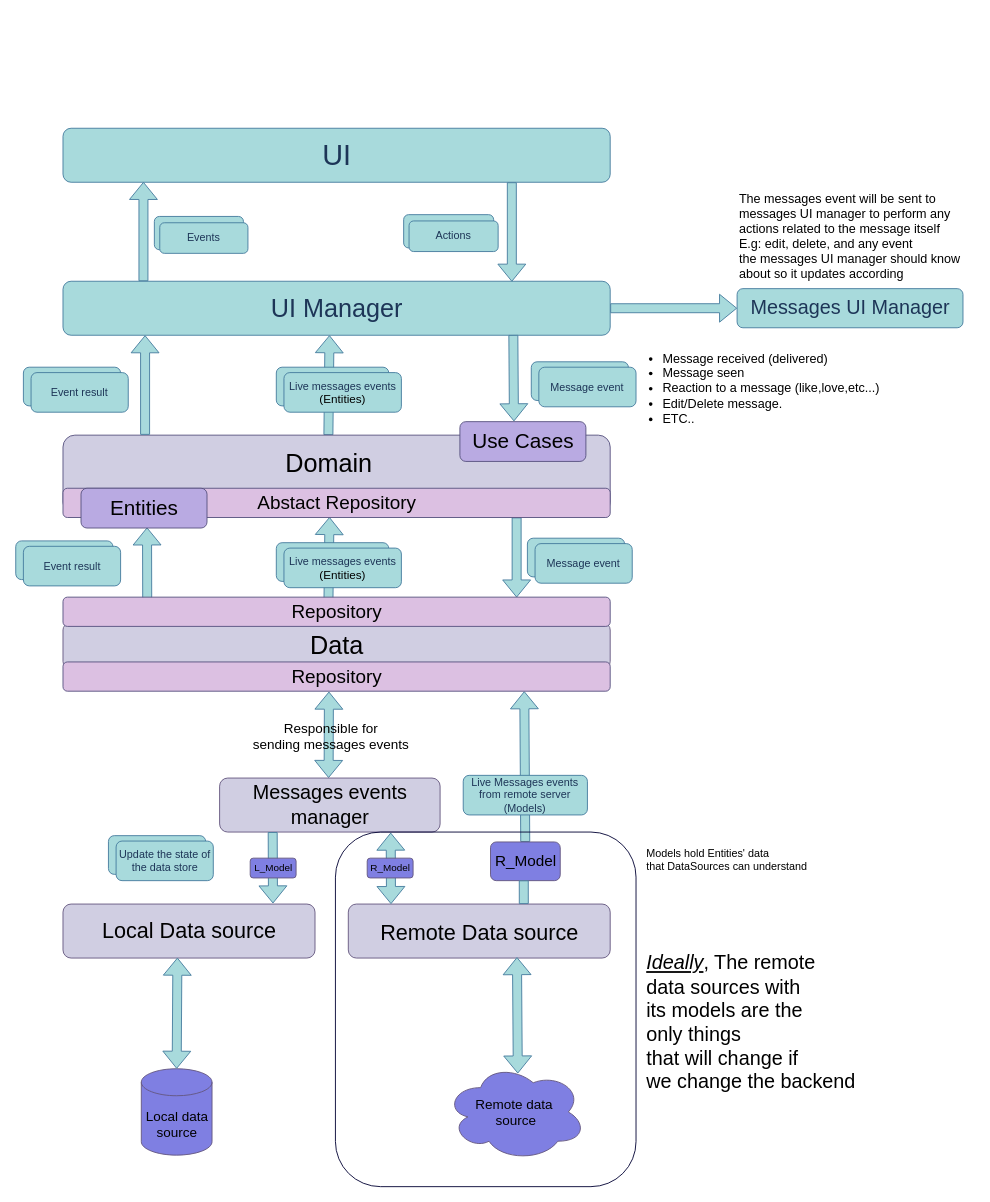
Before: page "message_events" (2 of 5) of open-chat-architecture-for-mobile-applications.drawio in mobile-open-chat/open-chat-architecture, a draw.io diagram. Source tidied: cells renumbered, new cells numbered last; positions are measured from the earlier drawing's top-left corner, leaving out a move shared by most shapes. Both pictures are drawn from the tidied source at 90%, with x=0, y=0 at pixel (15, 128).
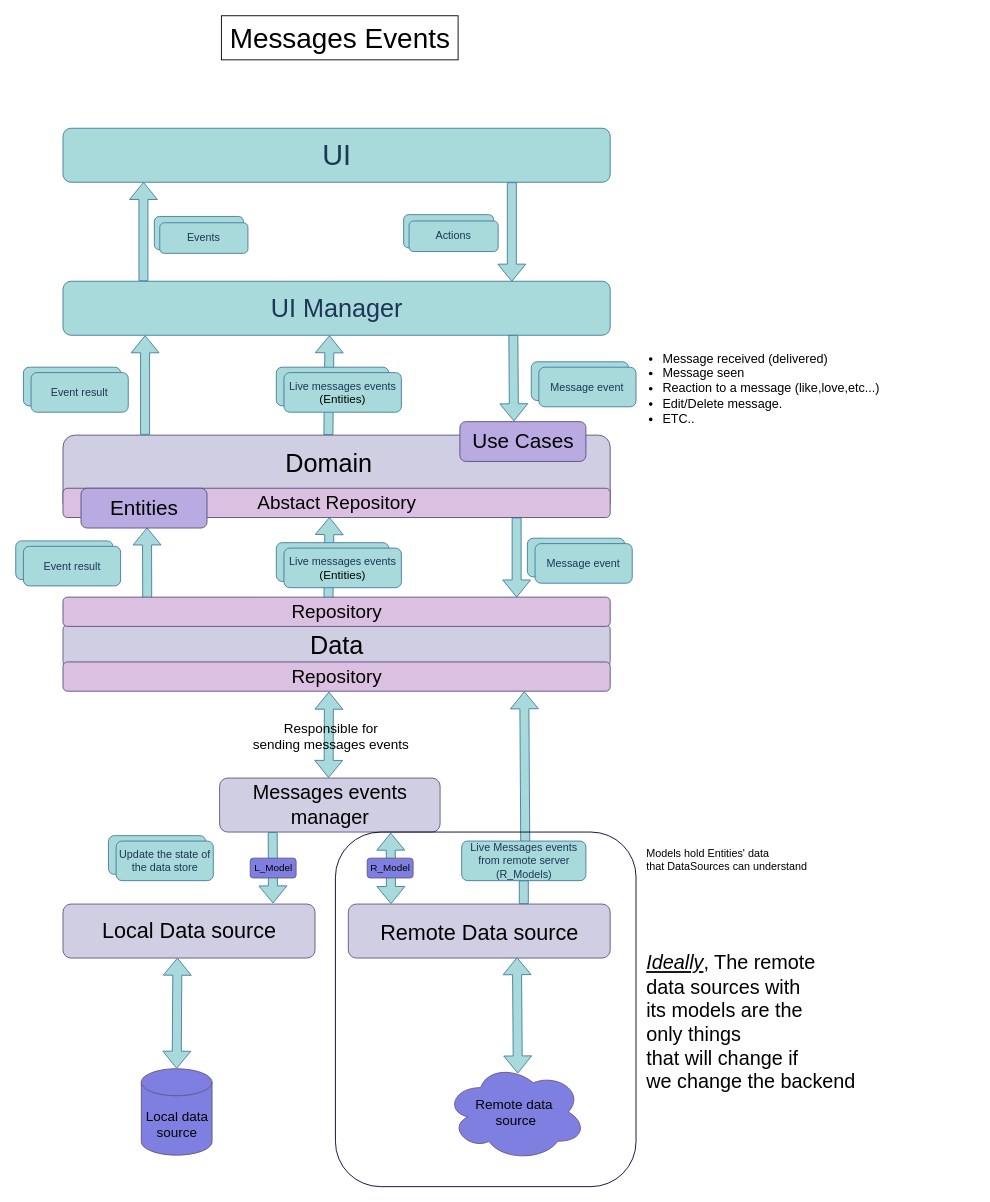
The same page after the edit.

The change refers to these unchanged cells:
```xml
<mxCell id="4" value="&lt;font style=&quot;font-size: 28px;&quot;&gt;UI Manager&lt;br&gt;&lt;/font&gt;" style="rounded=1;whiteSpace=wrap;html=1;fillColor=#A8DADC;strokeColor=#457B9D;fontColor=#1D3557;" parent="1" vertex="1">
  <mxGeometry x="52.5" y="170" width="608" height="60" as="geometry" />
</mxCell>
<mxCell id="54" value="&lt;font style=&quot;font-size: 21px;&quot; color=&quot;#000000&quot;&gt;Repository&lt;/font&gt;" style="rounded=1;whiteSpace=wrap;html=1;fillColor=#DCC0E2;strokeColor=#56517e;" parent="1" vertex="1">
  <mxGeometry x="52.5" y="593" width="608" height="32.5" as="geometry" />
</mxCell>
```

The edit, as a diff of the source:
```diff
@@
-    <mxCell id="25" style="shape=flexArrow;endArrow=classic;html=1;rounded=0;fontSize=32;fontColor=#1D3557;strokeColor=#457B9D;fillColor=#A8DADC;entryX=0.843;entryY=1.002;entryDx=0;entryDy=0;entryPerimeter=0;startArrow=none;" parent="1" edge="1" source="46" target="54">
-      <mxGeometry relative="1" as="geometry" />
+    <mxCell id="25" style="shape=flexArrow;endArrow=classic;html=1;rounded=0;fontSize=32;fontColor=#1D3557;strokeColor=#457B9D;fillColor=#A8DADC;entryX=0.843;entryY=1.002;entryDx=0;entryDy=0;entryPerimeter=0;startArrow=none;" parent="1" edge="1" target="54">
+      <mxGeometry relative="1" as="geometry">
+        <mxPoint x="566.1" y="793" as="sourcePoint" />
+      </mxGeometry>
     </mxCell>
-    <mxCell id="26" value="Live Messages events&lt;br&gt;from remote server&lt;br&gt;(Models)" style="rounded=1;whiteSpace=wrap;html=1;fontColor=#1D3557;strokeColor=#457B9D;fillColor=#A8DADC;" parent="1" vertex="1">
-      <mxGeometry x="497.2" y="719" width="138" height="44" as="geometry" />
+    <mxCell id="26" value="Live Messages events&lt;br&gt;from remote server&lt;br&gt;(R_Models)" style="rounded=1;whiteSpace=wrap;html=1;fontColor=#1D3557;strokeColor=#457B9D;fillColor=#A8DADC;" parent="1" vertex="1">
+      <mxGeometry x="495.5" y="792" width="138" height="44" as="geometry" />
     </mxCell>
@@
-    <mxCell id="43" style="rounded=1;whiteSpace=wrap;html=1;labelBackgroundColor=none;fontSize=12;fontColor=#000000;fillColor=none;strokeColor=#000033;" parent="1" vertex="1">
-      <mxGeometry x="355.2" y="782" width="334" height="394" as="geometry" />
-    </mxCell>
@@
-    <mxCell id="46" value="&lt;font style=&quot;font-size: 17px;&quot; color=&quot;#000000&quot;&gt;R_Model&lt;/font&gt;" style="rounded=1;whiteSpace=wrap;html=1;fillColor=#7F7FE2;strokeColor=#64567E;" parent="1" vertex="1">
-      <mxGeometry x="527.5" y="793" width="77.5" height="43" as="geometry" />
-    </mxCell>
-    <mxCell id="47" style="shape=flexArrow;endArrow=none;html=1;rounded=0;fontSize=32;fontColor=#1D3557;strokeColor=#457B9D;fillColor=#A8DADC;entryX=0.477;entryY=0.993;entryDx=0;entryDy=0;entryPerimeter=0;" parent="1" edge="1" target="46">
+    <mxCell id="47" style="shape=flexArrow;endArrow=none;html=1;rounded=0;fontSize=32;fontColor=#1D3557;strokeColor=#457B9D;fillColor=#A8DADC;entryX=0.477;entryY=0.993;entryDx=0;entryDy=0;entryPerimeter=0;" parent="1" edge="1">
       <mxGeometry relative="1" as="geometry">
         <mxPoint x="564.5" y="862" as="sourcePoint" />
+        <mxPoint x="564.5" y="835.7" as="targetPoint" />
       </mxGeometry>
     </mxCell>
@@
-    <mxCell id="57" style="shape=flexArrow;endArrow=classic;html=1;rounded=0;fontSize=32;fontColor=#1D3557;strokeColor=#457B9D;fillColor=#A8DADC;exitX=1;exitY=0.5;exitDx=0;exitDy=0;verticalAlign=middle;entryX=0;entryY=0.5;entryDx=0;entryDy=0;" parent="1" edge="1" source="4" target="58">
-      <mxGeometry relative="1" as="geometry" />
-    </mxCell>
-    <mxCell id="58" value="&lt;font style=&quot;&quot;&gt;&lt;font style=&quot;font-size: 22px;&quot;&gt;Messages UI Manager&lt;/font&gt;&lt;br&gt;&lt;/font&gt;" style="rounded=1;whiteSpace=wrap;html=1;fillColor=#A8DADC;strokeColor=#457B9D;fontColor=#1D3557;" parent="1" vertex="1">
-      <mxGeometry x="801.5" y="178.2" width="251" height="43.5" as="geometry" />
-    </mxCell>
@@
-    <mxCell id="63" value="&lt;div&gt;&lt;span style=&quot;font-size: 14px;&quot;&gt;The messages event will be sent to&lt;/span&gt;&lt;/div&gt;&lt;div&gt;&lt;span style=&quot;font-size: 14px;&quot;&gt;messages UI manager to perform any&amp;nbsp;&lt;/span&gt;&lt;/div&gt;&lt;div&gt;&lt;span style=&quot;font-size: 14px;&quot;&gt;actions related to the message itself&lt;/span&gt;&lt;/div&gt;&lt;div&gt;&lt;span style=&quot;font-size: 14px;&quot;&gt;E.g: edit, delete, and any event&lt;/span&gt;&lt;/div&gt;&lt;div&gt;&lt;span style=&quot;font-size: 14px;&quot;&gt;the messages UI manager should know&lt;/span&gt;&lt;/div&gt;&lt;div&gt;&lt;span style=&quot;font-size: 14px;&quot;&gt;about so it updates according&lt;/span&gt;&lt;/div&gt;" style="text;html=1;align=left;verticalAlign=middle;strokeColor=none;fillColor=none;fontSize=13;fontColor=#000000;fillStyle=solid;" parent="1" vertex="1">
-      <mxGeometry x="801.5" y="63.5" width="264" height="113" as="geometry" />
-    </mxCell>
+    <mxCell id="64" value="&lt;font style=&quot;font-size: 31px;&quot; color=&quot;#000000&quot;&gt;Messages Events&lt;/font&gt;" style="text;html=1;align=center;verticalAlign=middle;strokeColor=#000000;fillColor=none;" parent="1" vertex="1">
+      <mxGeometry x="228.5" y="-125" width="263" height="49" as="geometry" />
+    </mxCell>
+    <mxCell id="43" style="rounded=1;whiteSpace=wrap;html=1;labelBackgroundColor=none;fontSize=12;fontColor=#000000;fillColor=none;strokeColor=#000033;" parent="1" vertex="1">
+      <mxGeometry x="355.2" y="782" width="334" height="394" as="geometry" />
+    </mxCell>
```
